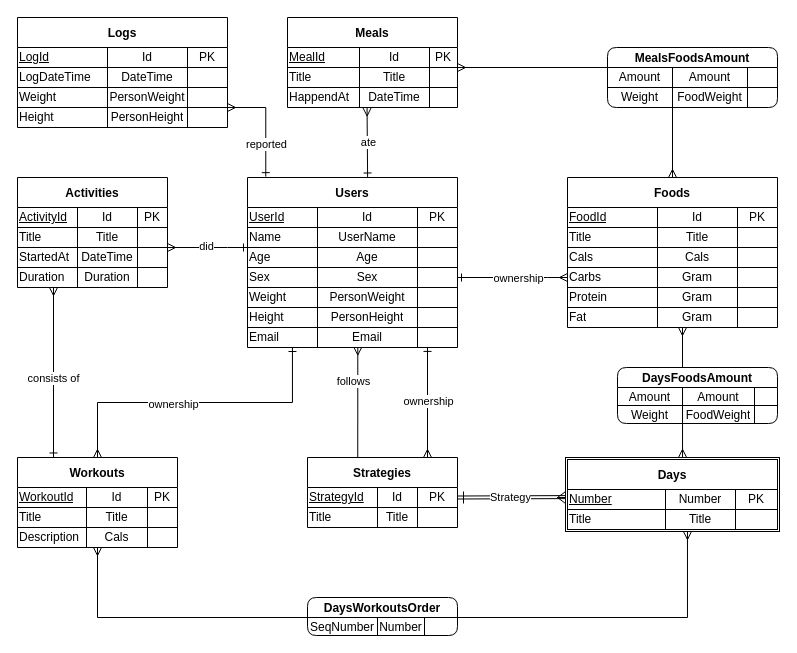
The draw.io diagram erm.drawio in Emgariko/dbms-project, before the edit. Source tidied: cells renumbered, new cells numbered last; positions are measured from the earlier drawing's top-left corner, leaving out a move shared by most shapes. Both pictures are drawn from the tidied source at 100%, with x=0, y=0 at pixel (17, 17).
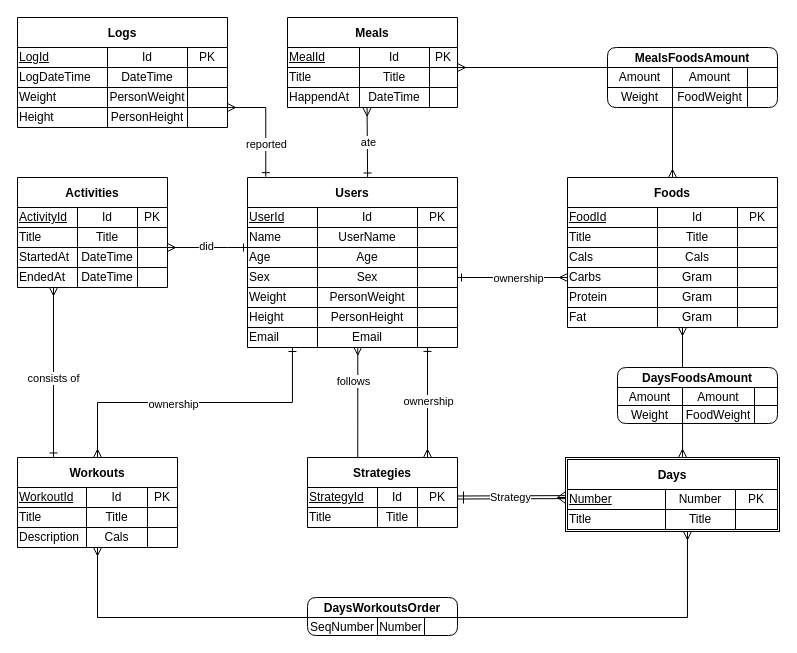
Above is the later version.

Unchanged cells that the change refers to:
```xml
<mxCell id="148" style="shape=tableRow;horizontal=0;startSize=0;swimlaneHead=0;swimlaneBody=0;top=0;left=0;bottom=0;right=0;fillColor=none;points=[[0,0.5],[1,0.5]];portConstraint=eastwest;html=0;" parent="135" vertex="1">
  <mxGeometry y="90" width="150" height="20" as="geometry" />
</mxCell>
```

Diff of the diagram source:
```diff
@@
-    <mxCell id="149" value="Duration" style="shape=partialRectangle;html=1;whiteSpace=wrap;fillColor=none;top=0;left=0;bottom=0;right=0;overflow=hidden;align=left;" parent="148" vertex="1">
+    <mxCell id="149" value="EndedAt" style="shape=partialRectangle;html=1;whiteSpace=wrap;fillColor=none;top=0;left=0;bottom=0;right=0;overflow=hidden;align=left;" parent="148" vertex="1">
       <mxGeometry width="60" height="20" as="geometry" />
     </mxCell>
-    <mxCell id="150" value="Duration" style="shape=partialRectangle;html=1;whiteSpace=wrap;fillColor=none;top=0;left=0;bottom=0;right=0;overflow=hidden;" parent="148" vertex="1">
+    <mxCell id="150" value="DateTime" style="shape=partialRectangle;html=1;whiteSpace=wrap;fillColor=none;top=0;left=0;bottom=0;right=0;overflow=hidden;" parent="148" vertex="1">
       <mxGeometry x="60" width="60" height="20" as="geometry" />
     </mxCell>
```
